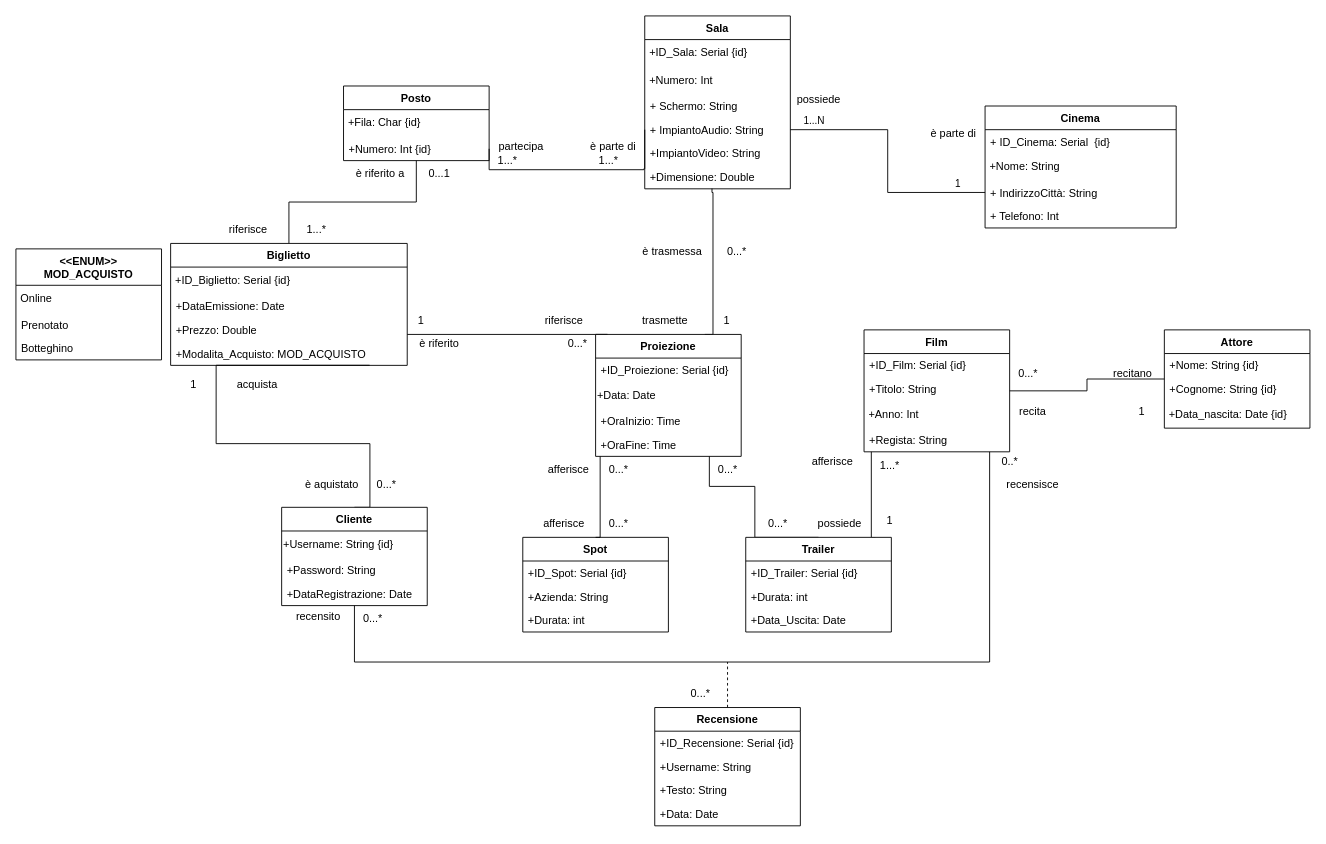
Above: Documentazione/CD Ristrutturato.drawio in bickpenna/Cinema-MPSP (draw.io), before the change. Source tidied: cells renumbered, new cells numbered last; positions are measured from the earlier drawing's top-left corner, leaving out a move shared by most shapes. Both pictures are drawn from the tidied source at 91%, with x=0, y=0 at pixel (15, 15).
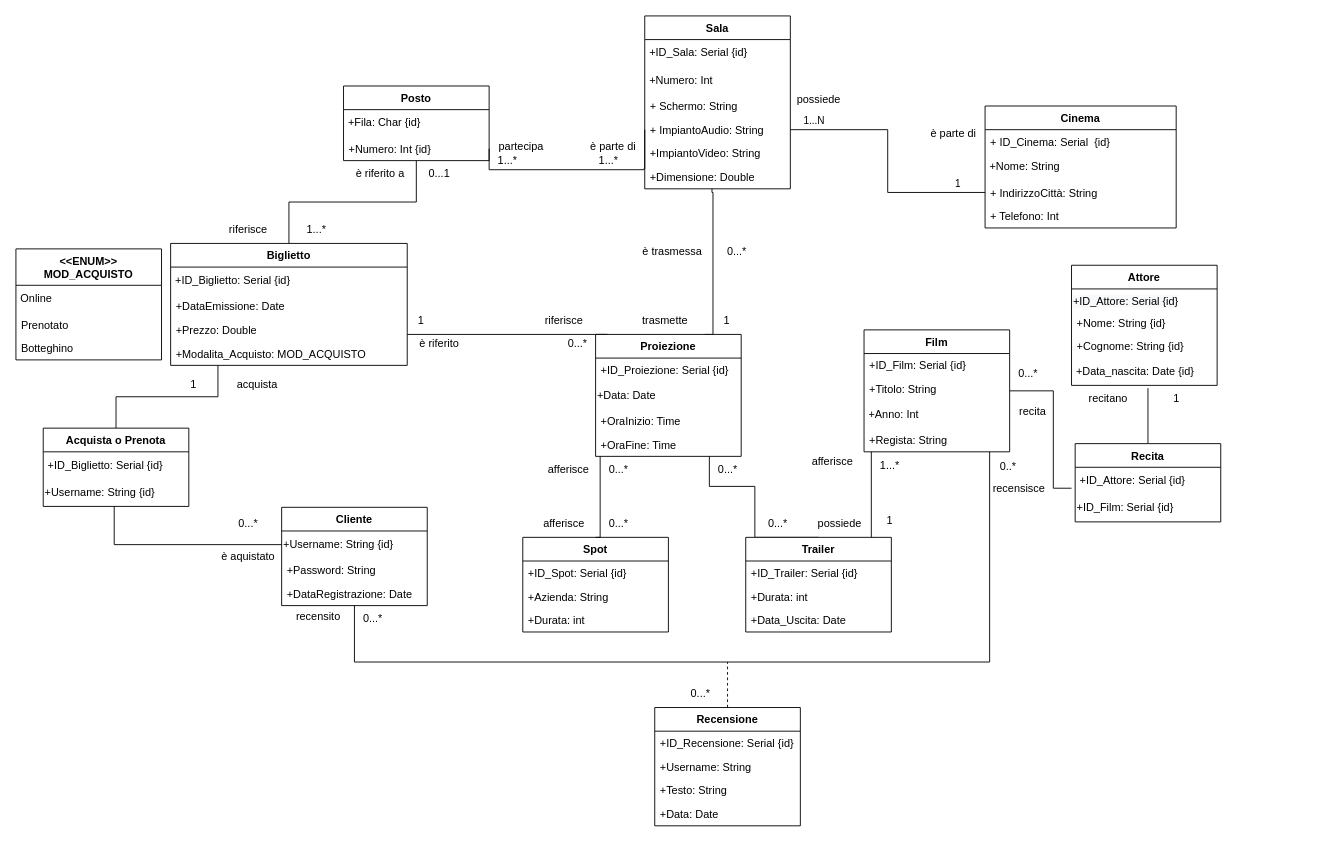
The same page after the edit.

Commit message (it also covers changes not shown here):
CD Ristrutturato AGGIORNATO

Aggiunto Recita ed Utente Acquista/Prenota

The change refers to these unchanged cells:
```xml
<mxCell id="27" value="+Modalita_Acquisto: MOD_ACQUISTO" style="text;strokeColor=none;fillColor=none;align=left;verticalAlign=top;spacingLeft=4;spacingRight=4;overflow=hidden;points=[[0,0.5],[1,0.5]];portConstraint=eastwest;" parent="23" vertex="1">
  <mxGeometry y="108" width="260" height="26" as="geometry" />
</mxCell>
<mxCell id="39" value="Cliente" style="swimlane;fontStyle=1;align=center;verticalAlign=top;horizontal=1;startSize=26;" parent="1" vertex="1">
  <mxGeometry x="292" y="540" width="160" height="108" as="geometry" />
</mxCell>
<mxCell id="40" value="+Username: String {id}" style="text;html=1;align=left;verticalAlign=middle;points=[];strokeColor=none;fillColor=none;" parent="39" vertex="1">
  <mxGeometry y="26" width="160" height="30" as="geometry" />
</mxCell>
<mxCell id="56" value="Film" style="swimlane;fontStyle=1;align=center;verticalAlign=top;horizontal=1;startSize=26;" parent="1" vertex="1">
  <mxGeometry x="932" y="345" width="160" height="134" as="geometry" />
</mxCell>
```

Diff of the diagram source:
```diff
@@
-    <mxCell id="37" style="edgeStyle=orthogonalEdgeStyle;rounded=0;jettySize=auto;html=1;endArrow=none;endFill=0;entryX=0.841;entryY=0.996;entryDx=0;entryDy=0;entryPerimeter=0;exitX=0.5;exitY=0;exitDx=0;exitDy=0;" parent="1" edge="1" source="39" target="27">
-      <mxGeometry relative="1" as="geometry">
-        <Array as="points">
-          <mxPoint x="389" y="540" />
-          <mxPoint x="389" y="470" />
-          <mxPoint x="220" y="470" />
-          <mxPoint x="220" y="384" />
-        </Array>
-      </mxGeometry>
-    </mxCell>
@@
-    <mxCell id="55" style="edgeStyle=orthogonalEdgeStyle;rounded=0;jettySize=auto;html=1;endArrow=none;endFill=0;" parent="1" edge="1" source="56" target="75">
-      <mxGeometry relative="1" as="geometry" />
-    </mxCell>
+    <mxCell id="111" style="edgeStyle=orthogonalEdgeStyle;rounded=0;jettySize=auto;html=1;strokeColor=default;endArrow=none;endFill=0;entryX=-0.025;entryY=0.767;entryDx=0;entryDy=0;entryPerimeter=0;" parent="1" edge="1" source="56" target="120">
+      <mxGeometry relative="1" as="geometry">
+        <Array as="points">
+          <mxPoint x="1140" y="412" />
+          <mxPoint x="1140" y="519" />
+        </Array>
+      </mxGeometry>
+    </mxCell>
@@
     <mxCell id="75" value="Attore" style="swimlane;fontStyle=1;align=center;verticalAlign=top;horizontal=1;startSize=26;" parent="1" vertex="1">
-      <mxGeometry x="1262" y="345" width="160" height="108" as="geometry" />
+      <mxGeometry x="1160" y="274" width="160" height="132" as="geometry" />
     </mxCell>
+    <mxCell id="112" value="&lt;span style=&quot;color: rgb(0, 0, 0); font-family: Helvetica; font-size: 12px; font-style: normal; font-variant-ligatures: normal; font-variant-caps: normal; font-weight: 400; letter-spacing: normal; orphans: 2; text-align: left; text-indent: 0px; text-transform: none; widows: 2; word-spacing: 0px; -webkit-text-stroke-width: 0px; background-color: rgb(248, 249, 250); text-decoration-thickness: initial; text-decoration-style: initial; text-decoration-color: initial; float: none; display: inline !important;&quot;&gt;+ID_Attore: Serial {id}&lt;/span&gt;" style="text;whiteSpace=wrap;html=1;" parent="75" vertex="1">
+      <mxGeometry y="26" width="160" height="24" as="geometry" />
+    </mxCell>
     <mxCell id="76" value="+Nome: String {id}" style="text;strokeColor=none;fillColor=none;align=left;verticalAlign=top;spacingLeft=4;spacingRight=4;overflow=hidden;" parent="75" vertex="1">
-      <mxGeometry y="26" width="160" height="26" as="geometry" />
+      <mxGeometry y="50" width="160" height="26" as="geometry" />
     </mxCell>
     <mxCell id="77" value="+Cognome: String {id}&#10;" style="text;strokeColor=none;fillColor=none;align=left;verticalAlign=top;spacingLeft=4;spacingRight=4;overflow=hidden;" parent="75" vertex="1">
-      <mxGeometry y="52" width="160" height="26" as="geometry" />
+      <mxGeometry y="76" width="160" height="26" as="geometry" />
     </mxCell>
     <mxCell id="78" value="&amp;nbsp;+Data_nascita: Date {id}" style="text;html=1;align=left;verticalAlign=middle;points=[];strokeColor=none;fillColor=none;" parent="75" vertex="1">
-      <mxGeometry y="78" width="160" height="30" as="geometry" />
+      <mxGeometry y="102" width="160" height="30" as="geometry" />
     </mxCell>
@@
     <mxCell id="80" value="è aquistato" style="text;html=1;align=center;verticalAlign=middle;strokeColor=none;fillColor=none;" parent="1" vertex="1">
-      <mxGeometry x="307" y="500" width="80" height="30" as="geometry" />
+      <mxGeometry x="215" y="579" width="80" height="30" as="geometry" />
     </mxCell>
@@
     <mxCell id="95" value="0...*" style="text;html=1;align=center;verticalAlign=middle;strokeColor=none;fillColor=none;" parent="1" vertex="1">
-      <mxGeometry x="387" y="500" width="40" height="30" as="geometry" />
+      <mxGeometry x="235" y="543" width="40" height="30" as="geometry" />
     </mxCell>
@@
     <mxCell id="104" value="1" style="text;html=1;align=center;verticalAlign=middle;strokeColor=none;fillColor=none;" parent="1" vertex="1">
-      <mxGeometry x="1222" y="420" width="30" height="30" as="geometry" />
+      <mxGeometry x="1260" y="406" width="30" height="30" as="geometry" />
     </mxCell>
     <mxCell id="105" value="recitano" style="text;html=1;align=center;verticalAlign=middle;strokeColor=none;fillColor=none;" parent="1" vertex="1">
-      <mxGeometry x="1192" y="378" width="70" height="30" as="geometry" />
+      <mxGeometry x="1165" y="406" width="70" height="30" as="geometry" />
     </mxCell>
@@
     <mxCell id="107" value="0..*" style="text;html=1;align=center;verticalAlign=middle;strokeColor=none;fillColor=none;" parent="1" vertex="1">
-      <mxGeometry x="1072" y="475" width="40" height="30" as="geometry" />
+      <mxGeometry x="1070" y="481" width="40" height="30" as="geometry" />
     </mxCell>
@@
     <mxCell id="110" value="recensisce" style="text;html=1;align=center;verticalAlign=middle;strokeColor=none;fillColor=none;" parent="1" vertex="1">
-      <mxGeometry x="1077" y="500" width="80" height="30" as="geometry" />
+      <mxGeometry x="1062" y="505" width="80" height="30" as="geometry" />
     </mxCell>
+    <mxCell id="113" value="Acquista o Prenota" style="swimlane;fontStyle=1;align=center;verticalAlign=top;horizontal=1;startSize=26;" parent="1" vertex="1">
+      <mxGeometry x="30" y="453" width="160" height="86" as="geometry" />
+    </mxCell>
+    <mxCell id="114" value="&amp;nbsp;+ID_Biglietto: Serial {id}" style="text;html=1;align=left;verticalAlign=middle;strokeColor=none;fillColor=none;" parent="113" vertex="1">
+      <mxGeometry y="26" width="160" height="30" as="geometry" />
+    </mxCell>
+    <mxCell id="115" value="+Username: String {id}" style="text;html=1;align=left;verticalAlign=middle;points=[];strokeColor=none;fillColor=none;" parent="113" vertex="1">
+      <mxGeometry y="56" width="160" height="30" as="geometry" />
+    </mxCell>
+    <mxCell id="116" style="edgeStyle=orthogonalEdgeStyle;rounded=0;jettySize=auto;html=1;strokeColor=default;endArrow=none;endFill=0;" parent="1" edge="1" source="40" target="115">
+      <mxGeometry relative="1" as="geometry">
+        <Array as="points">
+          <mxPoint x="108" y="581" />
+        </Array>
+      </mxGeometry>
+    </mxCell>
+    <mxCell id="117" style="edgeStyle=orthogonalEdgeStyle;rounded=0;jettySize=auto;html=1;entryX=0.2;entryY=1;entryDx=0;entryDy=0;entryPerimeter=0;strokeColor=default;endArrow=none;endFill=0;exitX=0.5;exitY=0;exitDx=0;exitDy=0;" parent="1" edge="1" source="113" target="27">
+      <mxGeometry relative="1" as="geometry" />
+    </mxCell>
+    <mxCell id="118" style="edgeStyle=orthogonalEdgeStyle;rounded=0;jettySize=auto;html=1;strokeColor=default;endArrow=none;endFill=0;entryX=0.525;entryY=1.1;entryDx=0;entryDy=0;entryPerimeter=0;exitX=0.5;exitY=0;exitDx=0;exitDy=0;" parent="1" edge="1" source="119" target="78">
+      <mxGeometry relative="1" as="geometry" />
+    </mxCell>
+    <mxCell id="119" value="Recita" style="swimlane;fontStyle=1;align=center;verticalAlign=top;horizontal=1;startSize=26;" parent="1" vertex="1">
+      <mxGeometry x="1164" y="470" width="160" height="86" as="geometry" />
+    </mxCell>
+    <mxCell id="120" value="&amp;nbsp;+ID_Attore: Serial {id}" style="text;html=1;align=left;verticalAlign=middle;points=[];strokeColor=none;fillColor=none;" parent="119" vertex="1">
+      <mxGeometry y="26" width="160" height="30" as="geometry" />
+    </mxCell>
+    <mxCell id="121" value="+ID_Film: Serial {id}" style="text;html=1;align=left;verticalAlign=middle;strokeColor=none;fillColor=none;" parent="119" vertex="1">
+      <mxGeometry y="56" width="160" height="30" as="geometry" />
+    </mxCell>
```
